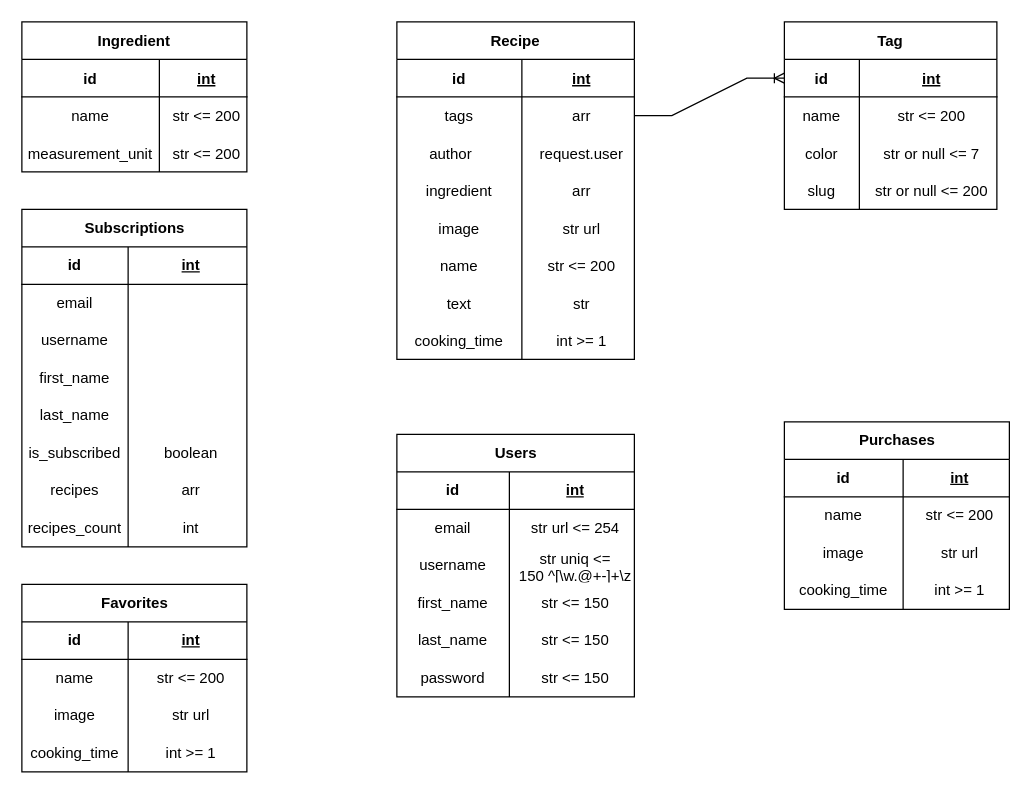
The draw.io diagram backend/Диаграмма без названия.drawio in Denriandro/foodgram-project-react, before the edit. Source tidied: cells renumbered, new cells numbered last; positions are measured from the earlier drawing's top-left corner, leaving out a move shared by most shapes. Both pictures are drawn from the tidied source at 125%, with x=0, y=0 at pixel (21, 21).
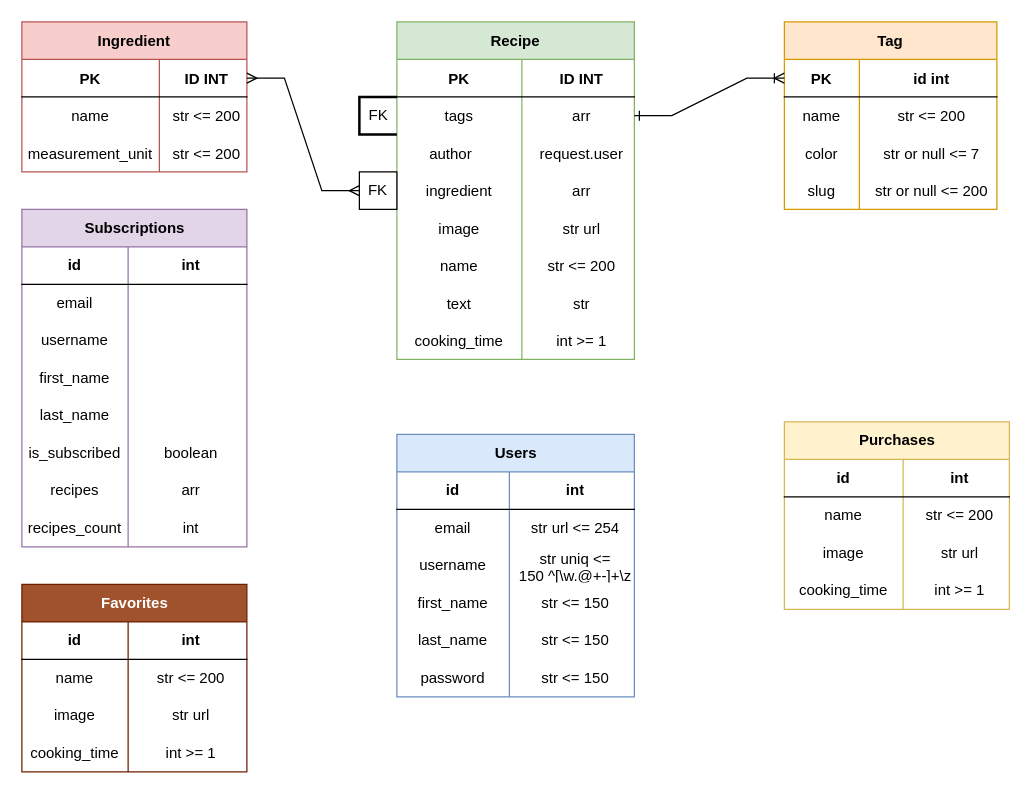
After the change.

Unchanged cells that the change refers to:
```xml
<mxCell id="3" style="shape=partialRectangle;fillColor=none;points=[[0,0.5],[1,0.5]];portConstraint=eastwest;top=0;left=0;right=0;bottom=1;" parent="2" vertex="1">
  <mxGeometry y="30" width="180" height="30" as="geometry" />
</mxCell>
<mxCell id="13" style="shape=partialRectangle;fillColor=none;points=[[0,0.5],[1,0.5]];portConstraint=eastwest;top=0;left=0;right=0;bottom=1;" parent="12" vertex="1">
  <mxGeometry y="30" width="170" height="30" as="geometry" />
</mxCell>
<mxCell id="26" style="shape=tableRow;horizontal=0;startSize=0;swimlaneHead=0;swimlaneBody=0;fillColor=none;top=0;left=0;right=0;bottom=1;" parent="25" vertex="1">
  <mxGeometry y="30" width="180" height="30" as="geometry" />
</mxCell>
<mxCell id="39" style="shape=tableRow;horizontal=0;startSize=0;swimlaneHead=0;swimlaneBody=0;fillColor=none;top=0;left=0;right=0;bottom=1;" parent="38" vertex="1">
  <mxGeometry y="30" width="180" height="30" as="geometry" />
</mxCell>
<mxCell id="52" style="shape=tableRow;horizontal=0;startSize=0;swimlaneHead=0;swimlaneBody=0;fillColor=none;top=0;left=0;right=0;bottom=1;" parent="51" vertex="1">
  <mxGeometry y="30" width="180" height="30" as="geometry" />
</mxCell>
<mxCell id="77" style="shape=tableRow;horizontal=0;startSize=0;swimlaneHead=0;swimlaneBody=0;fillColor=none;top=0;left=0;right=0;bottom=1;" parent="76" vertex="1">
  <mxGeometry y="30" width="190" height="30" as="geometry" />
</mxCell>
<mxCell id="96" style="shape=partialRectangle;fillColor=none;top=0;left=0;right=0;bottom=1;" parent="95" vertex="1">
  <mxGeometry y="30" width="190" height="30" as="geometry" />
</mxCell>
<mxCell id="99" style="shape=partialRectangle;fillColor=none;points=[[0,0.5],[1,0.5]];portConstraint=eastwest;top=0;left=0;right=0;bottom=0;" parent="95" vertex="1">
  <mxGeometry y="60" width="190" height="30" as="geometry" />
</mxCell>
```

Diff of the diagram source:
```diff
@@
-    <mxCell id="2" value="Ingredient" style="shape=table;startSize=30;childLayout=tableLayout;rowLines=0;fontStyle=1;align=center;" parent="1" vertex="1">
+    <mxCell id="2" value="Ingredient" style="shape=table;startSize=30;childLayout=tableLayout;rowLines=0;fontStyle=1;align=center;fillColor=#f8cecc;strokeColor=#b85450;" parent="1" vertex="1">
       <mxGeometry width="180" height="120" as="geometry" />
     </mxCell>
@@
-    <mxCell id="4" value="id" style="shape=partialRectangle;overflow=hidden;fillColor=none;top=0;left=0;bottom=0;right=0;fontStyle=1;" parent="3" vertex="1">
+    <mxCell id="4" value="PK" style="shape=partialRectangle;overflow=hidden;fillColor=none;top=0;left=0;bottom=0;right=0;fontStyle=1;" parent="3" vertex="1">
       <mxGeometry width="110" height="30" as="geometry" />
     </mxCell>
-    <mxCell id="5" value="int" style="shape=partialRectangle;overflow=hidden;fillColor=none;top=0;left=0;bottom=0;right=0;align=center;spacingLeft=6;fontStyle=5;" parent="3" vertex="1">
+    <mxCell id="5" value="ID INT" style="shape=partialRectangle;overflow=hidden;fillColor=none;top=0;left=0;bottom=0;right=0;align=center;spacingLeft=6;fontStyle=1;" parent="3" vertex="1">
       <mxGeometry x="110" width="70" height="30" as="geometry" />
     </mxCell>
@@
-    <mxCell id="12" value="Tag" style="shape=table;startSize=30;childLayout=tableLayout;rowLines=0;fontStyle=1;align=center;" parent="1" vertex="1">
+    <mxCell id="12" value="Tag" style="shape=table;startSize=30;childLayout=tableLayout;rowLines=0;fontStyle=1;align=center;fillColor=#ffe6cc;strokeColor=#d79b00;" parent="1" vertex="1">
       <mxGeometry x="610" width="170" height="150" as="geometry" />
     </mxCell>
@@
-    <mxCell id="14" value="id" style="shape=partialRectangle;overflow=hidden;fillColor=none;top=0;left=0;bottom=0;right=0;fontStyle=1;" parent="13" vertex="1">
+    <mxCell id="14" value="PK" style="shape=partialRectangle;overflow=hidden;fillColor=none;top=0;left=0;bottom=0;right=0;fontStyle=1;" parent="13" vertex="1">
       <mxGeometry width="60" height="30" as="geometry" />
     </mxCell>
-    <mxCell id="15" value="int" style="shape=partialRectangle;overflow=hidden;fillColor=none;top=0;left=0;bottom=0;right=0;align=center;spacingLeft=6;fontStyle=5;" parent="13" vertex="1">
+    <mxCell id="15" value="id int" style="shape=partialRectangle;overflow=hidden;fillColor=none;top=0;left=0;bottom=0;right=0;align=center;spacingLeft=6;fontStyle=1;" parent="13" vertex="1">
       <mxGeometry x="60" width="110" height="30" as="geometry" />
     </mxCell>
@@
-    <mxCell id="25" value="Purchases" style="shape=table;startSize=30;childLayout=tableLayout;rowLines=0;fontStyle=1;align=center;html=1;" parent="1" vertex="1">
+    <mxCell id="25" value="Purchases" style="shape=table;startSize=30;childLayout=tableLayout;rowLines=0;fontStyle=1;align=center;html=1;fillColor=#fff2cc;strokeColor=#d6b656;" parent="1" vertex="1">
       <mxGeometry x="610" y="320" width="180" height="150" as="geometry" />
     </mxCell>
@@
-    <mxCell id="28" value="int" style="shape=partialRectangle;fillColor=none;top=0;left=0;bottom=0;right=0;align=center;spacingLeft=6;fontStyle=5;overflow=hidden;whiteSpace=wrap;html=1;" parent="26" vertex="1">
+    <mxCell id="28" value="int" style="shape=partialRectangle;fillColor=none;top=0;left=0;bottom=0;right=0;align=center;spacingLeft=6;fontStyle=1;overflow=hidden;whiteSpace=wrap;html=1;" parent="26" vertex="1">
       <mxGeometry x="95" width="85" height="30" as="geometry" />
     </mxCell>
@@
-    <mxCell id="38" value="Favorites" style="shape=table;startSize=30;childLayout=tableLayout;rowLines=0;fontStyle=1;align=center;html=1;" parent="1" vertex="1">
+    <mxCell id="38" value="Favorites" style="shape=table;startSize=30;childLayout=tableLayout;rowLines=0;fontStyle=1;align=center;html=1;fillColor=#a0522d;fontColor=#ffffff;strokeColor=#6D1F00;" parent="1" vertex="1">
       <mxGeometry y="450" width="180" height="150" as="geometry" />
     </mxCell>
@@
-    <mxCell id="41" value="int" style="shape=partialRectangle;fillColor=none;top=0;left=0;bottom=0;right=0;align=center;spacingLeft=6;fontStyle=5;overflow=hidden;whiteSpace=wrap;html=1;" parent="39" vertex="1">
+    <mxCell id="41" value="int" style="shape=partialRectangle;fillColor=none;top=0;left=0;bottom=0;right=0;align=center;spacingLeft=6;fontStyle=1;overflow=hidden;whiteSpace=wrap;html=1;" parent="39" vertex="1">
       <mxGeometry x="85" width="95" height="30" as="geometry" />
     </mxCell>
@@
-    <mxCell id="51" value="Subscriptions" style="shape=table;startSize=30;childLayout=tableLayout;rowLines=0;fontStyle=1;align=center;html=1;" parent="1" vertex="1">
+    <mxCell id="51" value="Subscriptions" style="shape=table;startSize=30;childLayout=tableLayout;rowLines=0;fontStyle=1;align=center;html=1;fillColor=#e1d5e7;strokeColor=#9673a6;" parent="1" vertex="1">
       <mxGeometry y="150" width="180" height="270" as="geometry" />
     </mxCell>
@@
-    <mxCell id="54" value="int" style="shape=partialRectangle;fillColor=none;top=0;left=0;bottom=0;right=0;align=center;spacingLeft=6;fontStyle=5;overflow=hidden;whiteSpace=wrap;html=1;" parent="52" vertex="1">
+    <mxCell id="54" value="int" style="shape=partialRectangle;fillColor=none;top=0;left=0;bottom=0;right=0;align=center;spacingLeft=6;fontStyle=1;overflow=hidden;whiteSpace=wrap;html=1;" parent="52" vertex="1">
       <mxGeometry x="85" width="95" height="30" as="geometry" />
     </mxCell>
@@
-    <mxCell id="76" value="Users" style="shape=table;startSize=30;childLayout=tableLayout;rowLines=0;fontStyle=1;align=center;html=1;" parent="1" vertex="1">
+    <mxCell id="76" value="Users" style="shape=table;startSize=30;childLayout=tableLayout;rowLines=0;fontStyle=1;align=center;html=1;fillColor=#dae8fc;strokeColor=#6c8ebf;" parent="1" vertex="1">
       <mxGeometry x="300" y="330" width="190" height="210" as="geometry" />
     </mxCell>
@@
-    <mxCell id="79" value="int" style="shape=partialRectangle;fillColor=none;top=0;left=0;bottom=0;right=0;align=center;spacingLeft=6;fontStyle=5;overflow=hidden;whiteSpace=wrap;html=1;" parent="77" vertex="1">
+    <mxCell id="79" value="int" style="shape=partialRectangle;fillColor=none;top=0;left=0;bottom=0;right=0;align=center;spacingLeft=6;fontStyle=1;overflow=hidden;whiteSpace=wrap;html=1;" parent="77" vertex="1">
       <mxGeometry x="90" width="100" height="30" as="geometry" />
     </mxCell>
@@
-    <mxCell id="95" value="Recipe" style="shape=table;startSize=30;childLayout=tableLayout;rowLines=0;fontStyle=1;align=center;" parent="1" vertex="1">
+    <mxCell id="95" value="Recipe" style="shape=table;startSize=30;childLayout=tableLayout;rowLines=0;fontStyle=1;align=center;fillColor=#d5e8d4;strokeColor=#82b366;" parent="1" vertex="1">
       <mxGeometry x="300" width="190" height="270" as="geometry" />
     </mxCell>
@@
-    <mxCell id="97" value="id" style="shape=partialRectangle;overflow=hidden;fillColor=none;top=0;left=0;bottom=0;right=0;fontStyle=1;" parent="96" vertex="1">
+    <mxCell id="97" value="PK" style="shape=partialRectangle;overflow=hidden;fillColor=none;top=0;left=0;bottom=0;right=0;fontStyle=1;" parent="96" vertex="1">
       <mxGeometry width="100" height="30" as="geometry" />
     </mxCell>
-    <mxCell id="98" value="int" style="shape=partialRectangle;overflow=hidden;fillColor=none;top=0;left=0;bottom=0;right=0;align=center;spacingLeft=6;fontStyle=5;" parent="96" vertex="1">
+    <mxCell id="98" value="ID INT" style="shape=partialRectangle;overflow=hidden;fillColor=none;top=0;left=0;bottom=0;right=0;align=center;spacingLeft=6;fontStyle=1;" parent="96" vertex="1">
       <mxGeometry x="100" width="90" height="30" as="geometry" />
     </mxCell>
@@
-    <mxCell id="120" style="edgeStyle=entityRelationEdgeStyle;fontSize=12;html=1;endArrow=ERoneToMany;rounded=0;entryX=0;entryY=0.5;entryDx=0;entryDy=0;exitX=1;exitY=0.5;exitDx=0;exitDy=0;" parent="1" edge="1" source="99" target="13">
+    <mxCell id="120" style="edgeStyle=entityRelationEdgeStyle;fontSize=12;html=1;endArrow=ERoneToMany;rounded=0;entryX=0;entryY=0.5;entryDx=0;entryDy=0;exitX=1;exitY=0.5;exitDx=0;exitDy=0;endFill=0;startArrow=ERone;startFill=0;" parent="1" edge="1" source="99" target="13">
       <mxGeometry relative="1" as="geometry" />
     </mxCell>
+    <mxCell id="121" value="FK" style="strokeWidth=2;html=1;shape=mxgraph.flowchart.annotation_1;align=center;" parent="1" vertex="1">
+      <mxGeometry x="270" y="60" width="30" height="30" as="geometry" />
+    </mxCell>
+    <mxCell id="122" value="FK" style="whiteSpace=wrap;html=1;align=center;" parent="1" vertex="1">
+      <mxGeometry x="270" y="120" width="30" height="30" as="geometry" />
+    </mxCell>
+    <mxCell id="123" style="edgeStyle=entityRelationEdgeStyle;fontSize=12;html=1;endArrow=ERmany;startArrow=ERmany;rounded=0;entryX=0;entryY=0.5;entryDx=0;entryDy=0;exitX=1;exitY=0.5;exitDx=0;exitDy=0;" parent="1" edge="1" source="3" target="122">
+      <mxGeometry relative="1" as="geometry" />
+    </mxCell>
```
